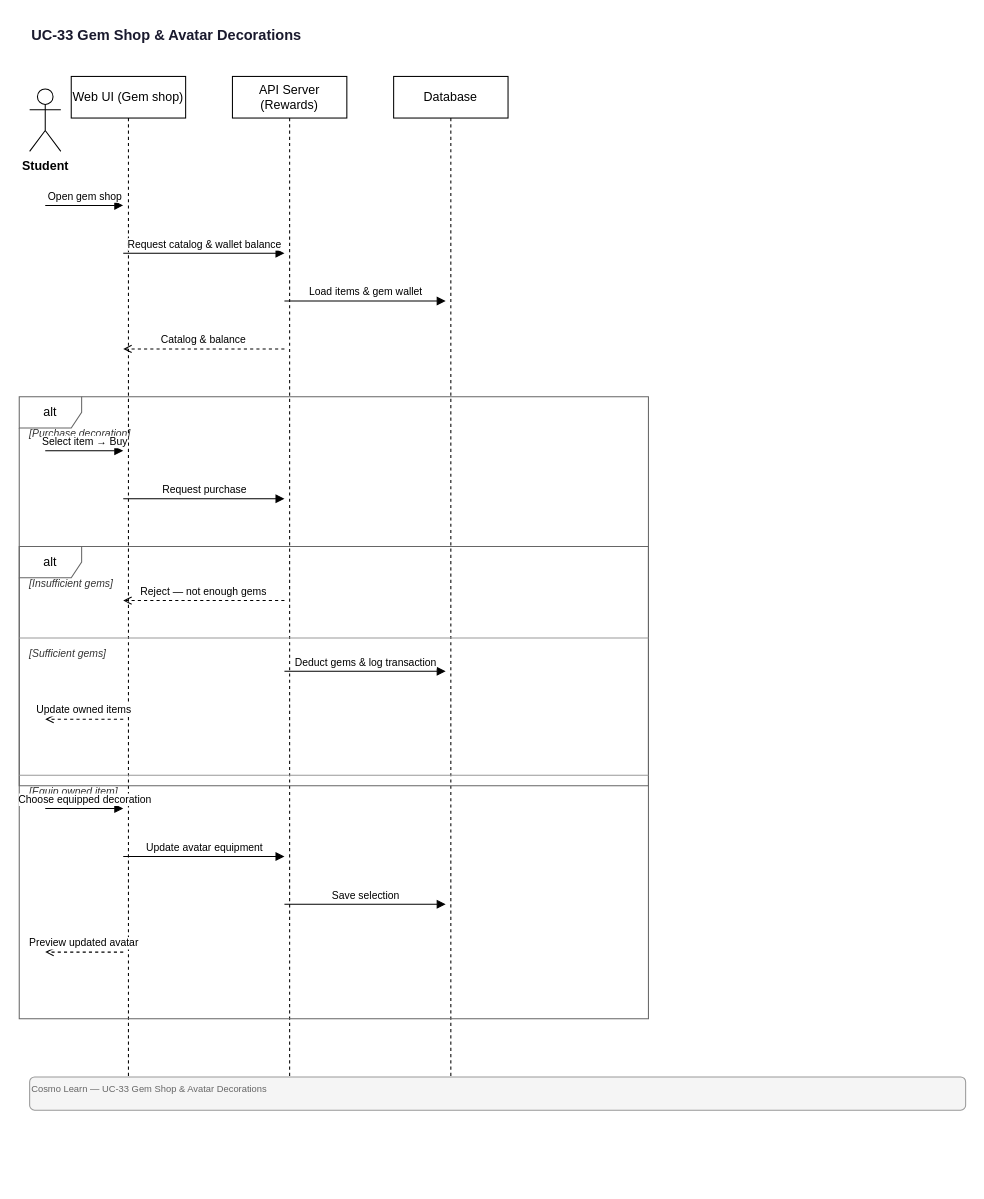
Earlier version of the draw.io diagram docs/diagrams/sequence/UC-33-Gem-Shop-Avatar.drawio (quangg1/ASTRO_EDU). Source tidied: cells renumbered, new cells numbered last; positions are measured from the earlier drawing's top-left corner, leaving out a move shared by most shapes. Both pictures are drawn from the tidied source at 104%, with x=0, y=0 at pixel (19, 18).
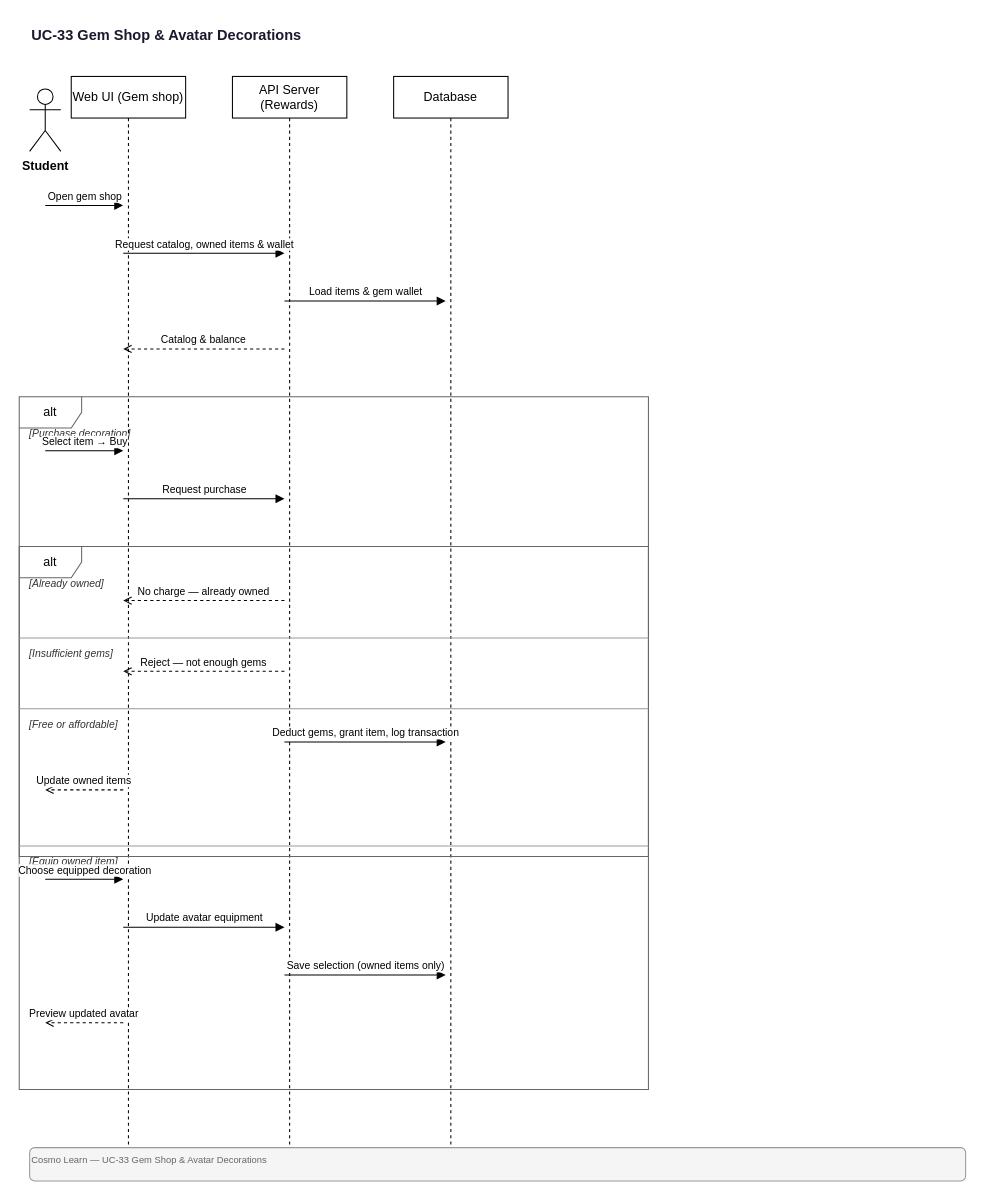
The same page after the edit.

Change to the diagram source:
```diff
@@
     <mxCell id="4" value="Web UI (Gem shop)" style="shape=umlLifeline;perimeter=lifelinePerimeter;whiteSpace=wrap;html=1;size=40;" parent="1" vertex="1">
-      <mxGeometry x="50" y="56" width="110" height="964" as="geometry" />
+      <mxGeometry x="50" y="56" width="110" height="1032" as="geometry" />
     </mxCell>
     <mxCell id="5" value="API Server (Rewards)" style="shape=umlLifeline;perimeter=lifelinePerimeter;whiteSpace=wrap;html=1;size=40;" parent="1" vertex="1">
-      <mxGeometry x="205" y="56" width="110" height="964" as="geometry" />
+      <mxGeometry x="205" y="56" width="110" height="1032" as="geometry" />
     </mxCell>
     <mxCell id="6" value="Database" style="shape=umlLifeline;perimeter=lifelinePerimeter;whiteSpace=wrap;html=1;size=40;" parent="1" vertex="1">
-      <mxGeometry x="360" y="56" width="110" height="964" as="geometry" />
+      <mxGeometry x="360" y="56" width="110" height="1032" as="geometry" />
     </mxCell>
@@
-    <mxCell id="8" value="Request catalog &amp; wallet balance" style="endArrow=block;endFill=1;html=1;fontSize=10;verticalAlign=bottom;" parent="1" edge="1">
+    <mxCell id="8" value="Request catalog, owned items &amp; wallet" style="endArrow=block;endFill=1;html=1;fontSize=10;verticalAlign=bottom;" parent="1" edge="1">
       <mxGeometry relative="1" as="geometry">
         <mxPoint x="100" y="226" as="sourcePoint" />
         <mxPoint x="255" y="226" as="targetPoint" />
       </mxGeometry>
     </mxCell>
@@
     <mxCell id="11" value="alt" style="shape=umlFrame;whiteSpace=wrap;html=1;fillColor=none;strokeColor=#666666;" parent="1" vertex="1">
-      <mxGeometry y="364" width="605" height="598" as="geometry" />
+      <mxGeometry y="364" width="605" height="666" as="geometry" />
     </mxCell>
@@
     <mxCell id="15" value="alt" style="shape=umlFrame;whiteSpace=wrap;html=1;fillColor=none;strokeColor=#666666;" parent="1" vertex="1">
-      <mxGeometry y="508" width="605" height="230" as="geometry" />
+      <mxGeometry y="508" width="605" height="298" as="geometry" />
     </mxCell>
-    <mxCell id="16" value="[Insufficient gems]" style="text;html=1;strokeColor=none;fillColor=none;align=left;verticalAlign=middle;fontSize=10;fontStyle=2;fontColor=#333333;" parent="1" vertex="1">
+    <mxCell id="16" value="[Already owned]" style="text;html=1;strokeColor=none;fillColor=none;align=left;verticalAlign=middle;fontSize=10;fontStyle=2;fontColor=#333333;" parent="1" vertex="1">
       <mxGeometry x="8" y="534" width="589" height="18" as="geometry" />
     </mxCell>
-    <mxCell id="17" value="Reject — not enough gems" style="endArrow=open;endFill=0;html=1;dashed=1;fontSize=10;verticalAlign=bottom;" parent="1" edge="1">
+    <mxCell id="17" value="No charge — already owned" style="endArrow=open;endFill=0;html=1;dashed=1;fontSize=10;verticalAlign=bottom;" parent="1" edge="1">
       <mxGeometry relative="1" as="geometry">
         <mxPoint x="255" y="560" as="sourcePoint" />
         <mxPoint x="100" y="560" as="targetPoint" />
       </mxGeometry>
     </mxCell>
-    <mxCell id="18" value="[Sufficient gems]" style="text;html=1;strokeColor=none;fillColor=none;align=left;verticalAlign=middle;fontSize=10;fontStyle=2;fontColor=#333333;" parent="1" vertex="1">
+    <mxCell id="18" value="[Insufficient gems]" style="text;html=1;strokeColor=none;fillColor=none;align=left;verticalAlign=middle;fontSize=10;fontStyle=2;fontColor=#333333;" parent="1" vertex="1">
       <mxGeometry x="8" y="602" width="589" height="18" as="geometry" />
     </mxCell>
@@
-    <mxCell id="20" value="Deduct gems &amp; log transaction" style="endArrow=block;endFill=1;html=1;fontSize=10;verticalAlign=bottom;" parent="1" edge="1">
+    <mxCell id="20" value="Reject — not enough gems" style="endArrow=open;endFill=0;html=1;dashed=1;fontSize=10;verticalAlign=bottom;" parent="1" edge="1">
       <mxGeometry relative="1" as="geometry">
         <mxPoint x="255" y="628" as="sourcePoint" />
-        <mxPoint x="410" y="628" as="targetPoint" />
+        <mxPoint x="100" y="628" as="targetPoint" />
       </mxGeometry>
     </mxCell>
-    <mxCell id="21" value="Update owned items" style="endArrow=open;endFill=0;html=1;dashed=1;fontSize=10;verticalAlign=bottom;" parent="1" edge="1">
-      <mxGeometry relative="1" as="geometry">
-        <mxPoint x="100" y="674" as="sourcePoint" />
-        <mxPoint x="25" y="674" as="targetPoint" />
-      </mxGeometry>
+    <mxCell id="21" value="[Free or affordable]" style="text;html=1;strokeColor=none;fillColor=none;align=left;verticalAlign=middle;fontSize=10;fontStyle=2;fontColor=#333333;" parent="1" vertex="1">
+      <mxGeometry x="8" y="670" width="589" height="18" as="geometry" />
     </mxCell>
-    <mxCell id="22" value="[Equip owned item]" style="text;html=1;strokeColor=none;fillColor=none;align=left;verticalAlign=middle;fontSize=10;fontStyle=2;fontColor=#333333;" parent="1" vertex="1">
-      <mxGeometry x="8" y="734" width="589" height="18" as="geometry" />
+    <mxCell id="22" style="endArrow=none;html=1;strokeWidth=1;strokeColor=#999999;" parent="1" edge="1">
+      <mxGeometry relative="1" as="geometry">
+        <mxPoint y="664" as="sourcePoint" />
+        <mxPoint x="605" y="664" as="targetPoint" />
+      </mxGeometry>
     </mxCell>
-    <mxCell id="23" style="endArrow=none;html=1;strokeWidth=1;strokeColor=#999999;" parent="1" edge="1">
+    <mxCell id="23" value="Deduct gems, grant item, log transaction" style="endArrow=block;endFill=1;html=1;fontSize=10;verticalAlign=bottom;" parent="1" edge="1">
       <mxGeometry relative="1" as="geometry">
-        <mxPoint y="728" as="sourcePoint" />
-        <mxPoint x="605" y="728" as="targetPoint" />
+        <mxPoint x="255" y="696" as="sourcePoint" />
+        <mxPoint x="410" y="696" as="targetPoint" />
       </mxGeometry>
     </mxCell>
-    <mxCell id="24" value="Choose equipped decoration" style="endArrow=block;endFill=1;html=1;fontSize=10;verticalAlign=bottom;" parent="1" edge="1">
+    <mxCell id="24" value="Update owned items" style="endArrow=open;endFill=0;html=1;dashed=1;fontSize=10;verticalAlign=bottom;" parent="1" edge="1">
       <mxGeometry relative="1" as="geometry">
-        <mxPoint x="25" y="760" as="sourcePoint" />
-        <mxPoint x="100" y="760" as="targetPoint" />
+        <mxPoint x="100" y="742" as="sourcePoint" />
+        <mxPoint x="25" y="742" as="targetPoint" />
       </mxGeometry>
     </mxCell>
-    <mxCell id="25" value="Update avatar equipment" style="endArrow=block;endFill=1;html=1;fontSize=10;verticalAlign=bottom;" parent="1" edge="1">
-      <mxGeometry relative="1" as="geometry">
-        <mxPoint x="100" y="806" as="sourcePoint" />
-        <mxPoint x="255" y="806" as="targetPoint" />
-      </mxGeometry>
+    <mxCell id="25" value="[Equip owned item]" style="text;html=1;strokeColor=none;fillColor=none;align=left;verticalAlign=middle;fontSize=10;fontStyle=2;fontColor=#333333;" parent="1" vertex="1">
+      <mxGeometry x="8" y="802" width="589" height="18" as="geometry" />
     </mxCell>
-    <mxCell id="26" value="Save selection" style="endArrow=block;endFill=1;html=1;fontSize=10;verticalAlign=bottom;" parent="1" edge="1">
+    <mxCell id="26" style="endArrow=none;html=1;strokeWidth=1;strokeColor=#999999;" parent="1" edge="1">
       <mxGeometry relative="1" as="geometry">
-        <mxPoint x="255" y="852" as="sourcePoint" />
-        <mxPoint x="410" y="852" as="targetPoint" />
+        <mxPoint y="796" as="sourcePoint" />
+        <mxPoint x="605" y="796" as="targetPoint" />
       </mxGeometry>
     </mxCell>
-    <mxCell id="27" value="Preview updated avatar" style="endArrow=open;endFill=0;html=1;dashed=1;fontSize=10;verticalAlign=bottom;" parent="1" edge="1">
+    <mxCell id="27" value="Choose equipped decoration" style="endArrow=block;endFill=1;html=1;fontSize=10;verticalAlign=bottom;" parent="1" edge="1">
       <mxGeometry relative="1" as="geometry">
-        <mxPoint x="100" y="898" as="sourcePoint" />
-        <mxPoint x="25" y="898" as="targetPoint" />
+        <mxPoint x="25" y="828" as="sourcePoint" />
+        <mxPoint x="100" y="828" as="targetPoint" />
       </mxGeometry>
     </mxCell>
-    <mxCell id="28" value="Cosmo Learn — UC-33 Gem Shop &amp; Avatar Decorations" style="text;html=1;strokeColor=#999;fillColor=#f5f5f5;align=left;verticalAlign=top;fontSize=9;fontColor=#666;rounded=1;" parent="1" vertex="1">
-      <mxGeometry x="10" y="1018" width="900" height="32" as="geometry" />
+    <mxCell id="28" value="Update avatar equipment" style="endArrow=block;endFill=1;html=1;fontSize=10;verticalAlign=bottom;" parent="1" edge="1">
+      <mxGeometry relative="1" as="geometry">
+        <mxPoint x="100" y="874" as="sourcePoint" />
+        <mxPoint x="255" y="874" as="targetPoint" />
+      </mxGeometry>
     </mxCell>
+    <mxCell id="29" value="Save selection (owned items only)" style="endArrow=block;endFill=1;html=1;fontSize=10;verticalAlign=bottom;" parent="1" edge="1">
+      <mxGeometry relative="1" as="geometry">
+        <mxPoint x="255" y="920" as="sourcePoint" />
+        <mxPoint x="410" y="920" as="targetPoint" />
+      </mxGeometry>
+    </mxCell>
+    <mxCell id="30" value="Preview updated avatar" style="endArrow=open;endFill=0;html=1;dashed=1;fontSize=10;verticalAlign=bottom;" parent="1" edge="1">
+      <mxGeometry relative="1" as="geometry">
+        <mxPoint x="100" y="966" as="sourcePoint" />
+        <mxPoint x="25" y="966" as="targetPoint" />
+      </mxGeometry>
+    </mxCell>
+    <mxCell id="31" value="Cosmo Learn — UC-33 Gem Shop &amp; Avatar Decorations" style="text;html=1;strokeColor=#999;fillColor=#f5f5f5;align=left;verticalAlign=top;fontSize=9;fontColor=#666;rounded=1;" parent="1" vertex="1">
+      <mxGeometry x="10" y="1086" width="900" height="32" as="geometry" />
+    </mxCell>
```
